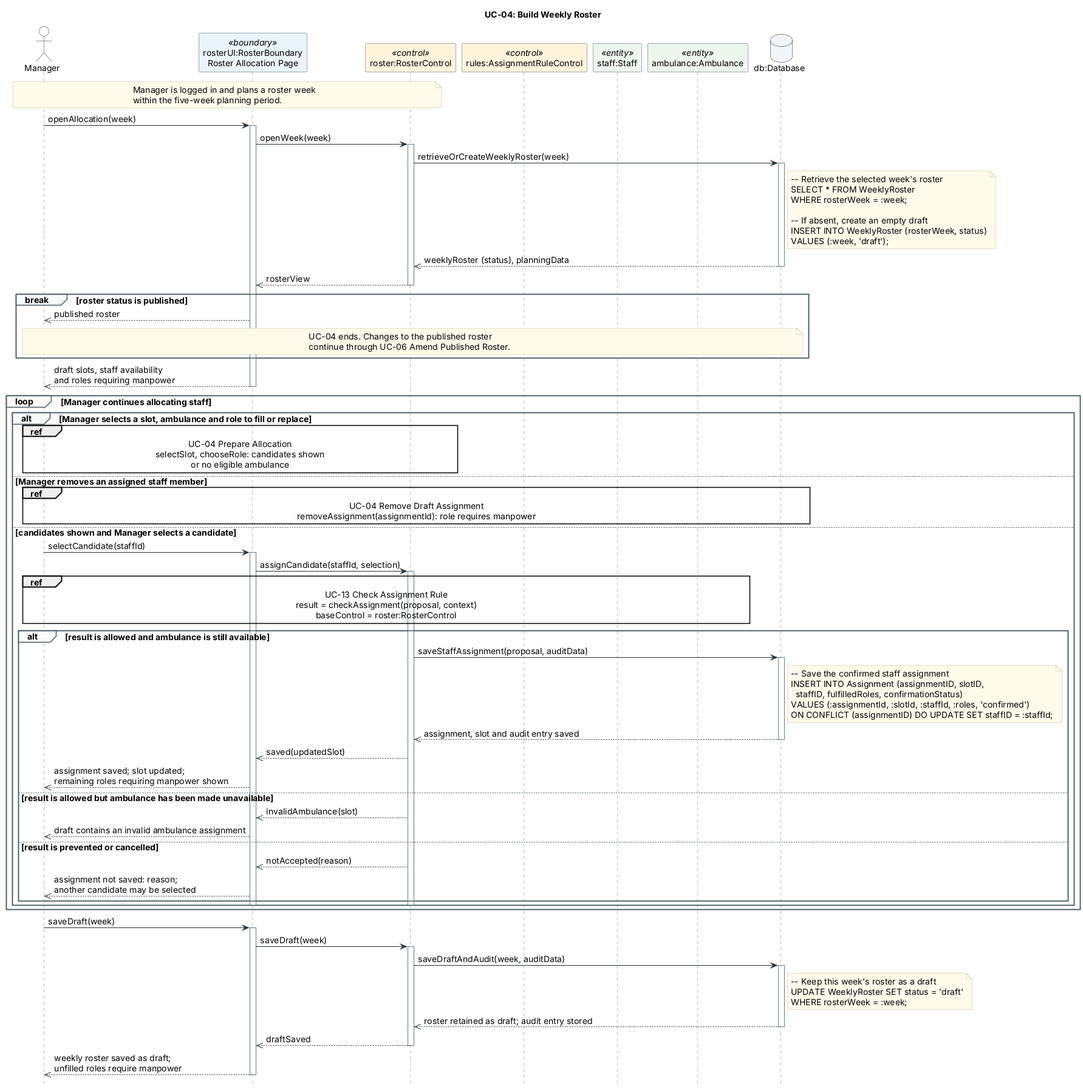
The PlantUML diagram sequence-diagrams/2026-10-07_23-40-00/uc-04-build-weekly-roster.png in Patriarch-Wong/IntroSE, before a commit.
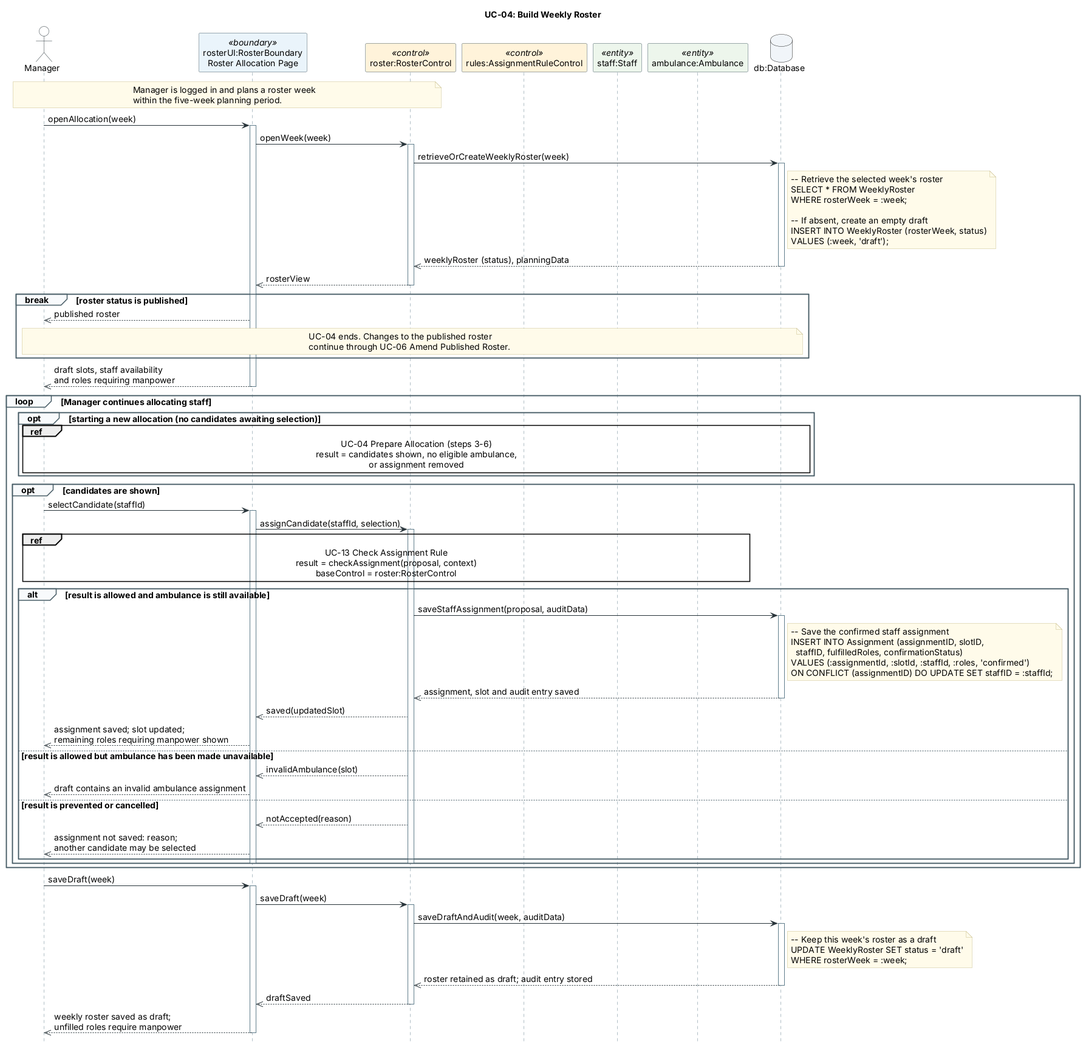
Above is the later version.

Commit message:
Lay out UC-04 in scenario step order; fold removal into Prepare Allocation

What changed in the source:
```diff
@@ -69,20 +69,15 @@
 deactivate rosterUI
 
 loop Manager continues allocating staff
-  alt Manager selects a slot, ambulance and role to fill or replace
-    ref over manager, rosterUI, roster
-      UC-04 Prepare Allocation
-      selectSlot, chooseRole: candidates shown
-      or no eligible ambulance
+  opt starting a new allocation (no candidates awaiting selection)
+    ref over manager, rosterUI, roster, db
+      UC-04 Prepare Allocation (steps 3-6)
+      result = candidates shown, no eligible ambulance,
+      or assignment removed
     end ref
+  end
 
-  else Manager removes an assigned staff member
-    ref over manager, rosterUI, roster, db
-      UC-04 Remove Draft Assignment
-      removeAssignment(assignmentId): role requires manpower
-    end ref
-
-  else candidates shown and Manager selects a candidate
+  opt candidates are shown
     manager -> rosterUI: selectCandidate(staffId)
     activate rosterUI
     rosterUI -> roster: assignCandidate(staffId, selection)
```
